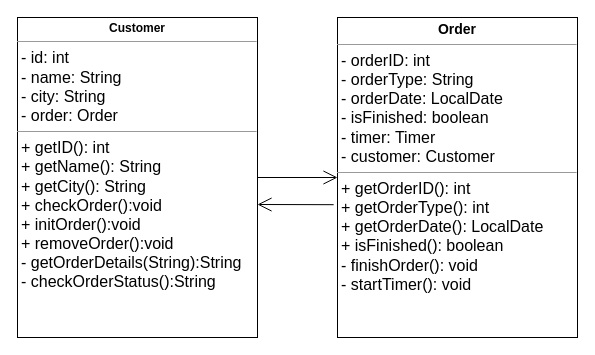
The draw.io diagram page "assoziation_3" (3 of 3) of classes.drawio in 03-FUEM/01_assoziation, before the edit. Source tidied: cells renumbered, new cells numbered last; positions are measured from the earlier drawing's top-left corner, leaving out a move shared by most shapes. Both pictures are drawn from the tidied source at 100%, with x=0, y=0 at pixel (17, 17).
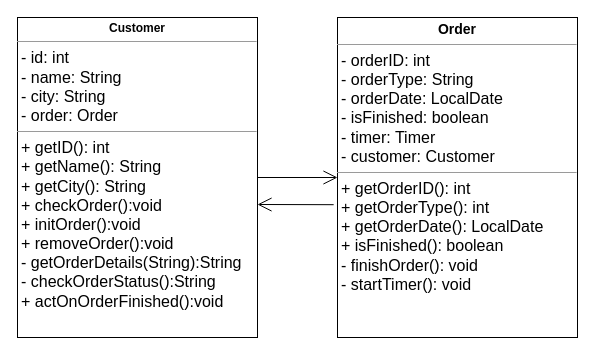
The same diagram, later.

The edit, as a diff of the source:
```diff
@@
 <mxGraphModel>
   <root>
     <mxCell id="0" />
     <mxCell id="1" parent="0" />
-    <mxCell id="2" value="&lt;p style=&quot;margin: 0px ; margin-top: 4px ; text-align: center&quot;&gt;&lt;font style=&quot;font-size: 12px&quot;&gt;&lt;b&gt;Customer&lt;/b&gt;&lt;/font&gt;&lt;/p&gt;&lt;hr size=&quot;1&quot;&gt;&lt;p style=&quot;margin: 0px ; margin-left: 4px&quot;&gt;&lt;font size=&quot;3&quot;&gt;- id: int&lt;/font&gt;&lt;/p&gt;&lt;p style=&quot;margin: 0px ; margin-left: 4px&quot;&gt;&lt;font size=&quot;3&quot;&gt;- name: String&lt;br&gt;&lt;/font&gt;&lt;/p&gt;&lt;p style=&quot;margin: 0px ; margin-left: 4px&quot;&gt;&lt;font size=&quot;3&quot;&gt;- city: String&lt;br&gt;&lt;/font&gt;&lt;/p&gt;&lt;p style=&quot;margin: 0px ; margin-left: 4px&quot;&gt;&lt;font size=&quot;3&quot;&gt;- order: Order&lt;/font&gt;&lt;/p&gt;&lt;hr size=&quot;1&quot;&gt;&lt;p style=&quot;margin: 0px 0px 0px 4px&quot;&gt;&lt;font size=&quot;3&quot;&gt;+ getID&lt;/font&gt;&lt;span style=&quot;font-size: medium&quot;&gt;(): int&lt;/span&gt;&lt;/p&gt;&lt;p style=&quot;margin: 0px 0px 0px 4px&quot;&gt;&lt;font size=&quot;3&quot;&gt;+ getName(): String&lt;br&gt;&lt;/font&gt;&lt;/p&gt;&lt;p style=&quot;margin: 0px 0px 0px 4px&quot;&gt;&lt;font size=&quot;3&quot;&gt;+ getCity(): String&lt;br&gt;&lt;/font&gt;&lt;/p&gt;&lt;p style=&quot;margin: 0px 0px 0px 4px&quot;&gt;&lt;font size=&quot;3&quot;&gt;+ checkOrder():void&lt;/font&gt;&lt;/p&gt;&lt;p style=&quot;margin: 0px 0px 0px 4px&quot;&gt;&lt;font size=&quot;3&quot;&gt;+ initOrder():void&lt;br&gt;&lt;/font&gt;&lt;/p&gt;&lt;p style=&quot;margin: 0px 0px 0px 4px&quot;&gt;&lt;span style=&quot;font-size: medium&quot;&gt;+ removeOrder():void&lt;/span&gt;&lt;font size=&quot;3&quot;&gt;&lt;br&gt;&lt;/font&gt;&lt;/p&gt;&lt;p style=&quot;margin: 0px 0px 0px 4px&quot;&gt;&lt;span style=&quot;font-size: medium&quot;&gt;- getOrderDetails(String):String&lt;/span&gt;&lt;br&gt;&lt;/p&gt;&lt;p style=&quot;margin: 0px 0px 0px 4px&quot;&gt;&lt;span style=&quot;font-size: medium&quot;&gt;- checkOrderStatus():String&lt;/span&gt;&lt;/p&gt;&lt;p style=&quot;margin: 0px ; margin-left: 4px&quot;&gt;&lt;br&gt;&lt;/p&gt;" style="verticalAlign=top;align=left;overflow=fill;fontSize=12;fontFamily=Helvetica;html=1;" parent="1" vertex="1">
+    <mxCell id="2" value="&lt;p style=&quot;margin: 0px ; margin-top: 4px ; text-align: center&quot;&gt;&lt;font style=&quot;font-size: 12px&quot;&gt;&lt;b&gt;Customer&lt;/b&gt;&lt;/font&gt;&lt;/p&gt;&lt;hr size=&quot;1&quot;&gt;&lt;p style=&quot;margin: 0px ; margin-left: 4px&quot;&gt;&lt;font size=&quot;3&quot;&gt;- id: int&lt;/font&gt;&lt;/p&gt;&lt;p style=&quot;margin: 0px ; margin-left: 4px&quot;&gt;&lt;font size=&quot;3&quot;&gt;- name: String&lt;br&gt;&lt;/font&gt;&lt;/p&gt;&lt;p style=&quot;margin: 0px ; margin-left: 4px&quot;&gt;&lt;font size=&quot;3&quot;&gt;- city: String&lt;br&gt;&lt;/font&gt;&lt;/p&gt;&lt;p style=&quot;margin: 0px ; margin-left: 4px&quot;&gt;&lt;font size=&quot;3&quot;&gt;- order: Order&lt;/font&gt;&lt;/p&gt;&lt;hr size=&quot;1&quot;&gt;&lt;p style=&quot;margin: 0px 0px 0px 4px&quot;&gt;&lt;font size=&quot;3&quot;&gt;+ getID&lt;/font&gt;&lt;span style=&quot;font-size: medium&quot;&gt;(): int&lt;/span&gt;&lt;/p&gt;&lt;p style=&quot;margin: 0px 0px 0px 4px&quot;&gt;&lt;font size=&quot;3&quot;&gt;+ getName(): String&lt;br&gt;&lt;/font&gt;&lt;/p&gt;&lt;p style=&quot;margin: 0px 0px 0px 4px&quot;&gt;&lt;font size=&quot;3&quot;&gt;+ getCity(): String&lt;br&gt;&lt;/font&gt;&lt;/p&gt;&lt;p style=&quot;margin: 0px 0px 0px 4px&quot;&gt;&lt;font size=&quot;3&quot;&gt;+ checkOrder():void&lt;/font&gt;&lt;/p&gt;&lt;p style=&quot;margin: 0px 0px 0px 4px&quot;&gt;&lt;font size=&quot;3&quot;&gt;+ initOrder():void&lt;br&gt;&lt;/font&gt;&lt;/p&gt;&lt;p style=&quot;margin: 0px 0px 0px 4px&quot;&gt;&lt;span style=&quot;font-size: medium&quot;&gt;+ removeOrder():void&lt;/span&gt;&lt;font size=&quot;3&quot;&gt;&lt;br&gt;&lt;/font&gt;&lt;/p&gt;&lt;p style=&quot;margin: 0px 0px 0px 4px&quot;&gt;&lt;span style=&quot;font-size: medium&quot;&gt;- getOrderDetails(String):String&lt;/span&gt;&lt;br&gt;&lt;/p&gt;&lt;p style=&quot;margin: 0px 0px 0px 4px&quot;&gt;&lt;span style=&quot;font-size: medium&quot;&gt;- checkOrderStatus():String&lt;/span&gt;&lt;/p&gt;&lt;p style=&quot;margin: 0px 0px 0px 4px&quot;&gt;&lt;span style=&quot;font-size: medium&quot;&gt;+ actOnOrderFinished():void&lt;/span&gt;&lt;/p&gt;&lt;p style=&quot;margin: 0px ; margin-left: 4px&quot;&gt;&lt;br&gt;&lt;/p&gt;" style="verticalAlign=top;align=left;overflow=fill;fontSize=12;fontFamily=Helvetica;html=1;" parent="1" vertex="1">
       <mxGeometry width="240" height="320" as="geometry" />
     </mxCell>
     <mxCell id="3" value="&lt;p style=&quot;margin: 0px ; margin-top: 4px ; text-align: center&quot;&gt;&lt;b&gt;&lt;font style=&quot;font-size: 14px&quot;&gt;Order&lt;/font&gt;&lt;/b&gt;&lt;/p&gt;&lt;hr size=&quot;1&quot;&gt;&lt;p style=&quot;margin: 0px ; margin-left: 4px&quot;&gt;&lt;font size=&quot;3&quot;&gt;- orderID: int&lt;/font&gt;&lt;/p&gt;&lt;p style=&quot;margin: 0px ; margin-left: 4px&quot;&gt;&lt;font size=&quot;3&quot;&gt;- orderType: String&lt;br&gt;&lt;/font&gt;&lt;/p&gt;&lt;p style=&quot;margin: 0px ; margin-left: 4px&quot;&gt;&lt;font size=&quot;3&quot;&gt;- orderDate: LocalDate&lt;br&gt;&lt;/font&gt;&lt;/p&gt;&lt;p style=&quot;margin: 0px ; margin-left: 4px&quot;&gt;&lt;font size=&quot;3&quot;&gt;- isFinished: boolean&lt;/font&gt;&lt;/p&gt;&lt;p style=&quot;margin: 0px ; margin-left: 4px&quot;&gt;&lt;font size=&quot;3&quot;&gt;- timer: Timer&lt;/font&gt;&lt;/p&gt;&lt;p style=&quot;margin: 0px ; margin-left: 4px&quot;&gt;&lt;font size=&quot;3&quot;&gt;- customer: Customer&lt;/font&gt;&lt;/p&gt;&lt;hr size=&quot;1&quot;&gt;&lt;p style=&quot;margin: 0px ; margin-left: 4px&quot;&gt;&lt;font size=&quot;3&quot;&gt;+ getOrderID(): int&lt;/font&gt;&lt;/p&gt;&lt;p style=&quot;margin: 0px ; margin-left: 4px&quot;&gt;&lt;font size=&quot;3&quot;&gt;+ getOrderType&lt;/font&gt;&lt;font size=&quot;3&quot;&gt;(): int&lt;br&gt;&lt;/font&gt;&lt;/p&gt;&lt;p style=&quot;margin: 0px ; margin-left: 4px&quot;&gt;&lt;font size=&quot;3&quot;&gt;+ getOrderDate(): LocalDate&lt;/font&gt;&lt;/p&gt;&lt;p style=&quot;margin: 0px ; margin-left: 4px&quot;&gt;&lt;font size=&quot;3&quot;&gt;+ isFinished(): boolean&lt;br&gt;&lt;/font&gt;&lt;/p&gt;&lt;p style=&quot;margin: 0px ; margin-left: 4px&quot;&gt;&lt;font size=&quot;3&quot;&gt;- finishOrder(): void&lt;/font&gt;&lt;/p&gt;&lt;p style=&quot;margin: 0px ; margin-left: 4px&quot;&gt;&lt;font size=&quot;3&quot;&gt;- startTimer(): void&lt;/font&gt;&lt;/p&gt;&lt;p style=&quot;margin: 0px ; margin-left: 4px&quot;&gt;&lt;font size=&quot;3&quot;&gt;&lt;br&gt;&lt;/font&gt;&lt;/p&gt;&lt;p style=&quot;margin: 0px ; margin-left: 4px&quot;&gt;&lt;br&gt;&lt;/p&gt;&lt;p style=&quot;margin: 0px ; margin-left: 4px&quot;&gt;&lt;font size=&quot;3&quot;&gt;&lt;br&gt;&lt;/font&gt;&lt;/p&gt;&lt;p style=&quot;margin: 0px ; margin-left: 4px&quot;&gt;&lt;font size=&quot;3&quot;&gt;&lt;br&gt;&lt;/font&gt;&lt;/p&gt;&lt;p style=&quot;margin: 0px ; margin-left: 4px&quot;&gt;&lt;br&gt;&lt;/p&gt;&lt;p style=&quot;margin: 0px ; margin-left: 4px&quot;&gt;&lt;br&gt;&lt;/p&gt;&lt;p style=&quot;margin: 0px ; margin-left: 4px&quot;&gt;&lt;br&gt;&lt;/p&gt;" style="verticalAlign=top;align=left;overflow=fill;fontSize=12;fontFamily=Helvetica;html=1;" parent="1" vertex="1">
       <mxGeometry x="320" width="240" height="320" as="geometry" />
     </mxCell>
     <mxCell id="4" style="endArrow=open;endFill=1;endSize=12;html=1;exitX=1;exitY=0.5;exitDx=0;exitDy=0;entryX=0;entryY=0.5;entryDx=0;entryDy=0;" parent="1" edge="1" source="2" target="3">
       <mxGeometry relative="1" as="geometry" />
     </mxCell>
     <mxCell id="5" style="endArrow=open;endFill=1;endSize=12;html=1;exitX=-0.016;exitY=0.585;exitDx=0;exitDy=0;exitPerimeter=0;" parent="1" edge="1" source="3">
       <mxGeometry relative="1" as="geometry">
         <mxPoint x="240" y="187" as="targetPoint" />
       </mxGeometry>
     </mxCell>
   </root>
 </mxGraphModel>
```
